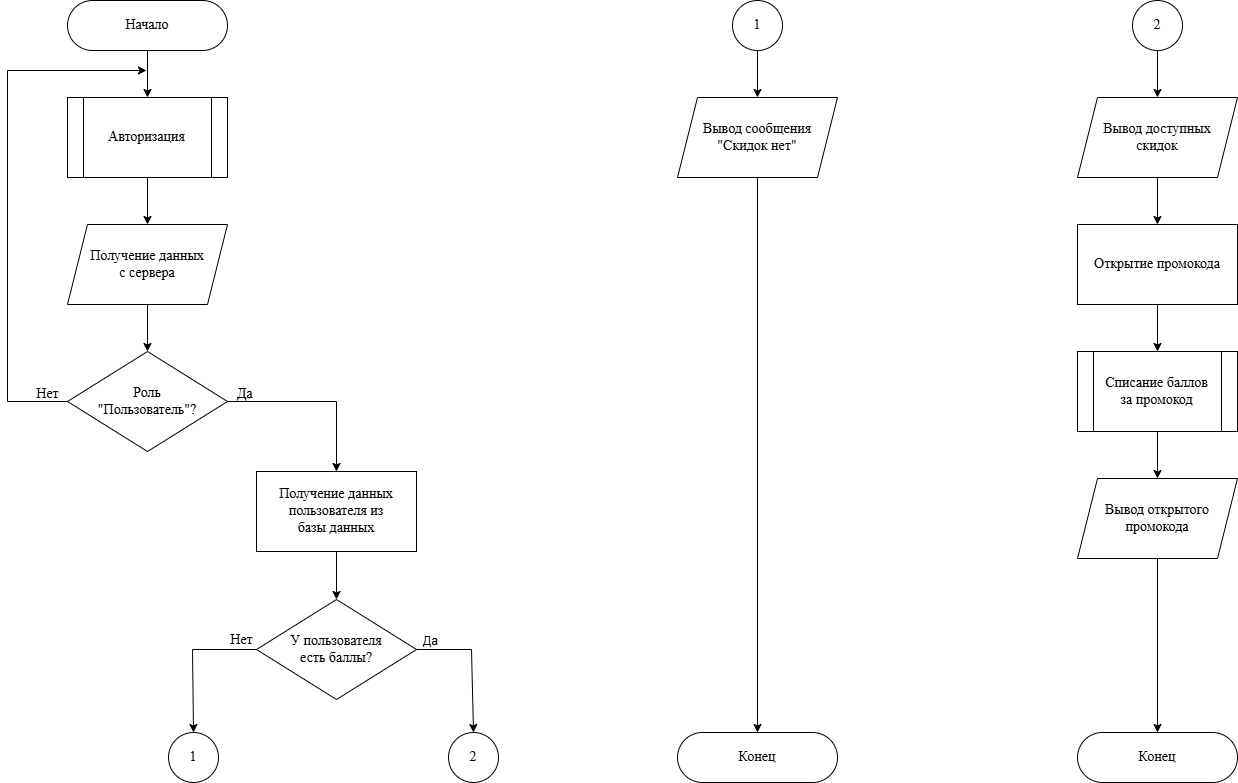
This is stuff_diploma/BlockScheme_promo.png from DimaXDD/WasteWise, a draw.io export, as it was before one commit. Source tidied: cells renumbered, new cells last; positions are measured from the earlier drawing's top-left corner, leaving out a move shared by most shapes.
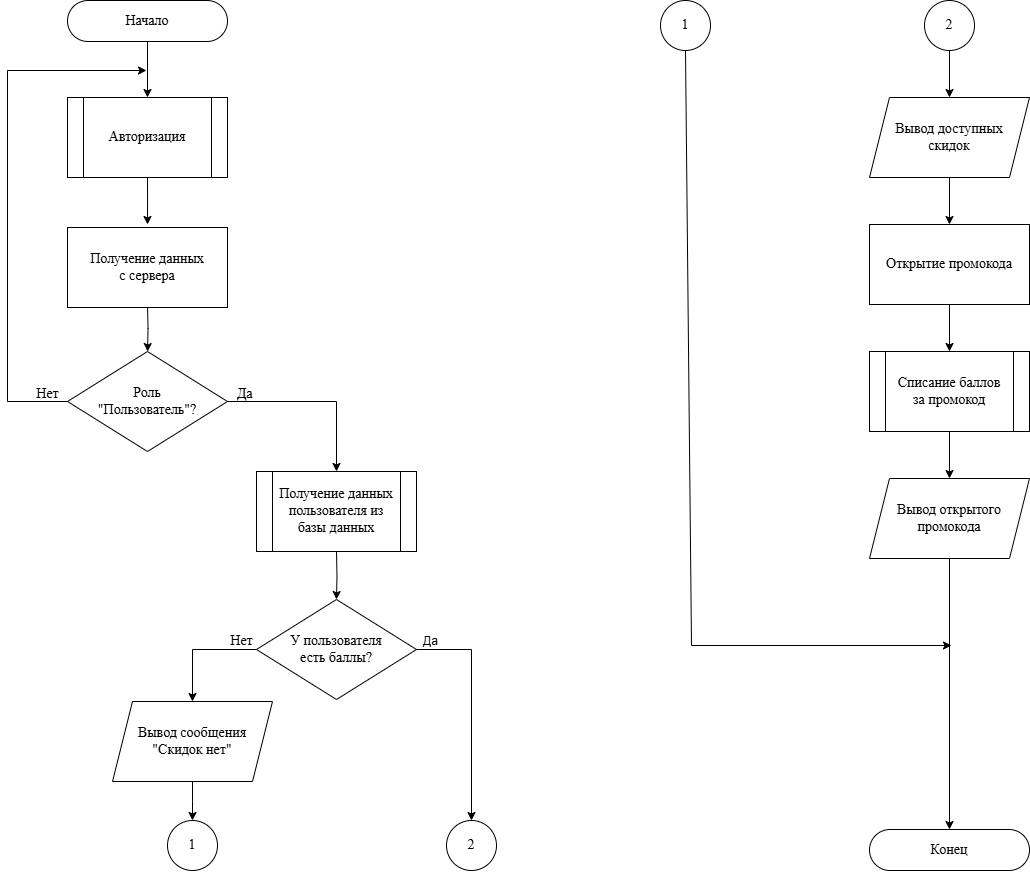
The same file after the commit.

What changed in the source:
```diff
@@ -6,19 +6,20 @@
       <mxGeometry relative="1" as="geometry" />
     </mxCell>
     <mxCell id="3" value="Начало" style="rounded=1;whiteSpace=wrap;html=1;strokeWidth=1;arcSize=50;fontSize=14;fontFamily=Times New Roman;" parent="1" vertex="1">
-      <mxGeometry x="60" width="160" height="50" as="geometry" />
+      <mxGeometry x="60" width="160" height="41" as="geometry" />
     </mxCell>
-    <mxCell id="4" style="edgeStyle=orthogonalEdgeStyle;rounded=0;jettySize=auto;html=1;fontFamily=Times New Roman;" parent="1" edge="1" source="5" target="6">
-      <mxGeometry relative="1" as="geometry" />
+    <mxCell id="4" style="edgeStyle=orthogonalEdgeStyle;rounded=0;jettySize=auto;html=1;fontFamily=Times New Roman;" parent="1" edge="1" target="6">
+      <mxGeometry relative="1" as="geometry">
+        <mxPoint x="140" y="304" as="sourcePoint" />
+      </mxGeometry>
     </mxCell>
-    <mxCell id="5" value="Получение данных&lt;div&gt;с сервера&lt;/div&gt;" style="shape=parallelogram;perimeter=parallelogramPerimeter;whiteSpace=wrap;html=1;fixedSize=1;fontSize=14;fontFamily=Times New Roman;" parent="1" vertex="1">
-      <mxGeometry x="60" y="224" width="160" height="80" as="geometry" />
-    </mxCell>
     <mxCell id="6" value="Роль&lt;div&gt;&quot;Пользователь&quot;?&lt;/div&gt;" style="rhombus;whiteSpace=wrap;html=1;fontSize=14;fontFamily=Times New Roman;" parent="1" vertex="1">
       <mxGeometry x="60" y="351" width="160" height="100" as="geometry" />
     </mxCell>
-    <mxCell id="7" style="edgeStyle=orthogonalEdgeStyle;rounded=0;jettySize=auto;html=1;fontFamily=Times New Roman;exitX=0.5;exitY=1;exitDx=0;exitDy=0;" parent="1" edge="1" source="30" target="5">
-      <mxGeometry relative="1" as="geometry" />
+    <mxCell id="7" style="edgeStyle=orthogonalEdgeStyle;rounded=0;jettySize=auto;html=1;fontFamily=Times New Roman;exitX=0.5;exitY=1;exitDx=0;exitDy=0;" parent="1" edge="1" source="30">
+      <mxGeometry relative="1" as="geometry">
+        <mxPoint x="140" y="224" as="targetPoint" />
+      </mxGeometry>
     </mxCell>
     <mxCell id="8" style="endArrow=classic;html=1;rounded=0;exitX=0;exitY=0.5;exitDx=0;exitDy=0;fontFamily=Times New Roman;" parent="1" edge="1" source="6">
       <mxGeometry relative="1" as="geometry">
@@ -32,14 +33,14 @@
     <mxCell id="9" value="Нет" style="text;html=1;align=center;verticalAlign=middle;strokeColor=none;fillColor=none;fontFamily=Times New Roman;fontSize=14;" parent="1" vertex="1">
       <mxGeometry x="20" y="379" width="40" height="29" as="geometry" />
     </mxCell>
-    <mxCell id="10" style="edgeStyle=orthogonalEdgeStyle;rounded=0;jettySize=auto;html=1;" parent="1" edge="1" source="11" target="14">
-      <mxGeometry relative="1" as="geometry" />
+    <mxCell id="10" style="edgeStyle=orthogonalEdgeStyle;rounded=0;jettySize=auto;html=1;" parent="1" edge="1" target="14">
+      <mxGeometry relative="1" as="geometry">
+        <mxPoint x="329" y="551" as="sourcePoint" />
+      </mxGeometry>
     </mxCell>
-    <mxCell id="11" value="Получение данных&lt;div&gt;пользователя из&lt;/div&gt;&lt;div&gt;базы данных&lt;/div&gt;" style="rounded=0;whiteSpace=wrap;html=1;fontSize=14;fontFamily=Times New Roman;" parent="1" vertex="1">
-      <mxGeometry x="249" y="471" width="160" height="80" as="geometry" />
-    </mxCell>
-    <mxCell id="12" style="endArrow=classic;html=1;rounded=0;exitX=1;exitY=0.5;exitDx=0;exitDy=0;entryX=0.5;entryY=0;entryDx=0;entryDy=0;" parent="1" edge="1" source="6" target="11">
+    <mxCell id="12" style="endArrow=classic;html=1;rounded=0;exitX=1;exitY=0.5;exitDx=0;exitDy=0;entryX=0.5;entryY=0;entryDx=0;entryDy=0;" parent="1" edge="1" source="6">
       <mxGeometry relative="1" as="geometry">
+        <mxPoint x="329" y="471" as="targetPoint" />
         <Array as="points">
           <mxPoint x="329" y="401" />
         </Array>
@@ -51,7 +52,7 @@
     <mxCell id="14" value="У пользователя&lt;div&gt;есть баллы?&lt;/div&gt;" style="rhombus;whiteSpace=wrap;html=1;fontSize=14;fontFamily=Times New Roman;" parent="1" vertex="1">
       <mxGeometry x="249" y="599" width="160" height="100" as="geometry" />
     </mxCell>
-    <mxCell id="15" style="endArrow=classic;html=1;rounded=0;exitX=0;exitY=0.5;exitDx=0;exitDy=0;entryX=0.5;entryY=0;entryDx=0;entryDy=0;" parent="1" edge="1" source="14" target="19">
+    <mxCell id="15" style="endArrow=classic;html=1;rounded=0;exitX=0;exitY=0.5;exitDx=0;exitDy=0;entryX=0.5;entryY=0;entryDx=0;entryDy=0;" parent="1" edge="1" source="14" target="24">
       <mxGeometry relative="1" as="geometry">
         <Array as="points">
           <mxPoint x="185" y="649" />
@@ -61,17 +62,11 @@
     <mxCell id="16" value="Нет" style="text;html=1;align=center;verticalAlign=middle;strokeColor=none;fillColor=none;fontFamily=Times New Roman;fontSize=14;" parent="1" vertex="1">
       <mxGeometry x="214" y="626" width="40" height="29" as="geometry" />
     </mxCell>
-    <mxCell id="17" style="edgeStyle=orthogonalEdgeStyle;rounded=0;jettySize=auto;html=1;" parent="1" edge="1" source="18" target="24">
-      <mxGeometry relative="1" as="geometry" />
-    </mxCell>
     <mxCell id="18" value="1" style="ellipse;whiteSpace=wrap;html=1;fontSize=14;fontFamily=Times New Roman;" parent="1" vertex="1">
-      <mxGeometry x="725" width="50" height="50" as="geometry" />
+      <mxGeometry x="160" y="820" width="50" height="50" as="geometry" />
     </mxCell>
-    <mxCell id="19" value="1" style="ellipse;whiteSpace=wrap;html=1;fontSize=14;fontFamily=Times New Roman;" parent="1" vertex="1">
-      <mxGeometry x="161" y="732" width="50" height="50" as="geometry" />
-    </mxCell>
     <mxCell id="20" value="2" style="ellipse;whiteSpace=wrap;html=1;fontSize=14;fontFamily=Times New Roman;" parent="1" vertex="1">
-      <mxGeometry x="441" y="732" width="50" height="50" as="geometry" />
+      <mxGeometry x="439" y="820" width="50" height="50" as="geometry" />
     </mxCell>
     <mxCell id="21" style="endArrow=classic;html=1;rounded=0;exitX=1;exitY=0.5;exitDx=0;exitDy=0;entryX=0.5;entryY=0;entryDx=0;entryDy=0;" parent="1" edge="1" source="14" target="20">
       <mxGeometry relative="1" as="geometry">
@@ -83,26 +78,23 @@
     <mxCell id="22" value="Да" style="text;html=1;align=center;verticalAlign=middle;strokeColor=none;fillColor=none;" parent="1" vertex="1">
       <mxGeometry x="406" y="627.5" width="33" height="26" as="geometry" />
     </mxCell>
-    <mxCell id="23" style="edgeStyle=orthogonalEdgeStyle;rounded=0;jettySize=auto;html=1;exitX=0.5;exitY=1;exitDx=0;exitDy=0;entryX=0.5;entryY=0;entryDx=0;entryDy=0;" parent="1" edge="1" source="24" target="25">
-      <mxGeometry relative="1" as="geometry" />
-    </mxCell>
+    <mxCell id="38" style="edgeStyle=orthogonalEdgeStyle;rounded=0;jettySize=auto;html=1;" parent="1" edge="1" source="24" target="18">
+      <mxGeometry relative="1" as="geometry" />
+    </mxCell>
     <mxCell id="24" value="Вывод сообщения&lt;div&gt;&quot;Скидок нет&quot;&lt;/div&gt;" style="shape=parallelogram;perimeter=parallelogramPerimeter;whiteSpace=wrap;html=1;fixedSize=1;fontSize=14;fontFamily=Times New Roman;" parent="1" vertex="1">
-      <mxGeometry x="670" y="97" width="160" height="80" as="geometry" />
+      <mxGeometry x="105" y="701" width="160" height="80" as="geometry" />
     </mxCell>
-    <mxCell id="25" value="Конец" style="rounded=1;whiteSpace=wrap;html=1;strokeWidth=1;arcSize=50;fontSize=14;fontFamily=Times New Roman;" parent="1" vertex="1">
-      <mxGeometry x="670" y="732" width="160" height="50" as="geometry" />
-    </mxCell>
     <mxCell id="26" style="edgeStyle=orthogonalEdgeStyle;rounded=0;jettySize=auto;html=1;" parent="1" edge="1" source="27" target="29">
       <mxGeometry relative="1" as="geometry" />
     </mxCell>
     <mxCell id="27" value="2" style="ellipse;whiteSpace=wrap;html=1;fontSize=14;fontFamily=Times New Roman;" parent="1" vertex="1">
-      <mxGeometry x="1125" width="50" height="50" as="geometry" />
+      <mxGeometry x="917" width="50" height="50" as="geometry" />
     </mxCell>
     <mxCell id="28" style="edgeStyle=orthogonalEdgeStyle;rounded=0;jettySize=auto;html=1;" parent="1" edge="1" source="29" target="32">
       <mxGeometry relative="1" as="geometry" />
     </mxCell>
     <mxCell id="29" value="Вывод доступных&lt;div&gt;скидок&lt;/div&gt;" style="shape=parallelogram;perimeter=parallelogramPerimeter;whiteSpace=wrap;html=1;fixedSize=1;fontSize=14;fontFamily=Times New Roman;" parent="1" vertex="1">
-      <mxGeometry x="1070" y="97" width="160" height="80" as="geometry" />
+      <mxGeometry x="862" y="97" width="160" height="80" as="geometry" />
     </mxCell>
     <mxCell id="30" value="Авторизация" style="shape=process;whiteSpace=wrap;html=1;backgroundOutline=1;fontSize=14;fontFamily=Times New Roman;" parent="1" vertex="1">
       <mxGeometry x="60" y="97" width="160" height="80" as="geometry" />
@@ -111,22 +103,39 @@
       <mxGeometry relative="1" as="geometry" />
     </mxCell>
     <mxCell id="32" value="Открытие промокода" style="rounded=0;whiteSpace=wrap;html=1;fontSize=14;fontFamily=Times New Roman;" parent="1" vertex="1">
-      <mxGeometry x="1070" y="224" width="160" height="80" as="geometry" />
+      <mxGeometry x="862" y="224" width="160" height="80" as="geometry" />
     </mxCell>
     <mxCell id="33" style="edgeStyle=orthogonalEdgeStyle;rounded=0;jettySize=auto;html=1;" parent="1" edge="1" source="34" target="35">
       <mxGeometry relative="1" as="geometry" />
     </mxCell>
     <mxCell id="34" value="Списание баллов&lt;div&gt;за промокод&lt;/div&gt;" style="shape=process;whiteSpace=wrap;html=1;backgroundOutline=1;fontSize=14;fontFamily=Times New Roman;" parent="1" vertex="1">
-      <mxGeometry x="1070" y="351" width="160" height="80" as="geometry" />
+      <mxGeometry x="862" y="351" width="160" height="80" as="geometry" />
     </mxCell>
     <mxCell id="35" value="Вывод открытого&lt;div&gt;промокода&lt;/div&gt;" style="shape=parallelogram;perimeter=parallelogramPerimeter;whiteSpace=wrap;html=1;fixedSize=1;fontSize=14;fontFamily=Times New Roman;" parent="1" vertex="1">
-      <mxGeometry x="1070" y="478" width="160" height="80" as="geometry" />
+      <mxGeometry x="862" y="478" width="160" height="80" as="geometry" />
     </mxCell>
-    <mxCell id="36" value="Конец" style="rounded=1;whiteSpace=wrap;html=1;strokeWidth=1;arcSize=50;fontSize=14;fontFamily=Times New Roman;" parent="1" vertex="1">
-      <mxGeometry x="1070" y="732" width="160" height="50" as="geometry" />
-    </mxCell>
-    <mxCell id="37" style="edgeStyle=orthogonalEdgeStyle;rounded=0;jettySize=auto;html=1;exitX=0.5;exitY=1;exitDx=0;exitDy=0;entryX=0.5;entryY=0;entryDx=0;entryDy=0;" parent="1" edge="1" source="35" target="36">
+    <mxCell id="37" style="edgeStyle=orthogonalEdgeStyle;rounded=0;jettySize=auto;html=1;exitX=0.5;exitY=1;exitDx=0;exitDy=0;entryX=0.5;entryY=0;entryDx=0;entryDy=0;" parent="1" edge="1" source="35" target="40">
       <mxGeometry relative="1" as="geometry" />
     </mxCell>
+    <mxCell id="5" value="Получение данных&lt;div&gt;с сервера&lt;/div&gt;" style="rounded=0;whiteSpace=wrap;html=1;fontSize=14;fontFamily=Times New Roman;" parent="1" vertex="1">
+      <mxGeometry x="60" y="227" width="160" height="80" as="geometry" />
+    </mxCell>
+    <mxCell id="11" value="Получение данных&lt;div&gt;пользователя из&lt;/div&gt;&lt;div&gt;базы данных&lt;/div&gt;" style="shape=process;whiteSpace=wrap;html=1;backgroundOutline=1;fontSize=14;fontFamily=Times New Roman;" parent="1" vertex="1">
+      <mxGeometry x="249" y="471" width="160" height="80" as="geometry" />
+    </mxCell>
+    <mxCell id="19" value="1" style="ellipse;whiteSpace=wrap;html=1;fontSize=14;fontFamily=Times New Roman;" parent="1" vertex="1">
+      <mxGeometry x="653" width="50" height="50" as="geometry" />
+    </mxCell>
+    <mxCell id="39" style="endArrow=classic;html=1;rounded=0;exitX=0.5;exitY=1;exitDx=0;exitDy=0;" parent="1" edge="1" source="19">
+      <mxGeometry relative="1" as="geometry">
+        <mxPoint x="944" y="645" as="targetPoint" />
+        <Array as="points">
+          <mxPoint x="684" y="645" />
+        </Array>
+      </mxGeometry>
+    </mxCell>
+    <mxCell id="40" value="Конец" style="rounded=1;whiteSpace=wrap;html=1;strokeWidth=1;arcSize=50;fontSize=14;fontFamily=Times New Roman;" parent="1" vertex="1">
+      <mxGeometry x="862" y="829" width="160" height="41" as="geometry" />
+    </mxCell>
   </root>
 </mxGraphModel>
```
